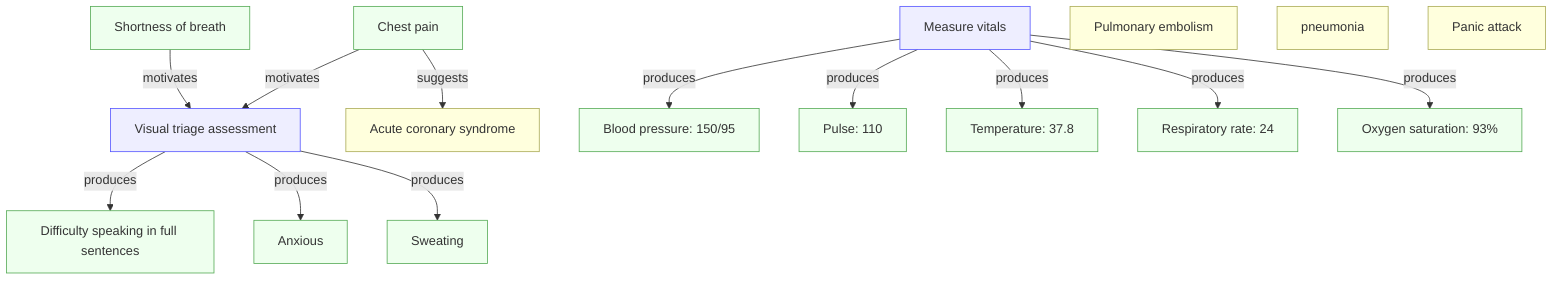
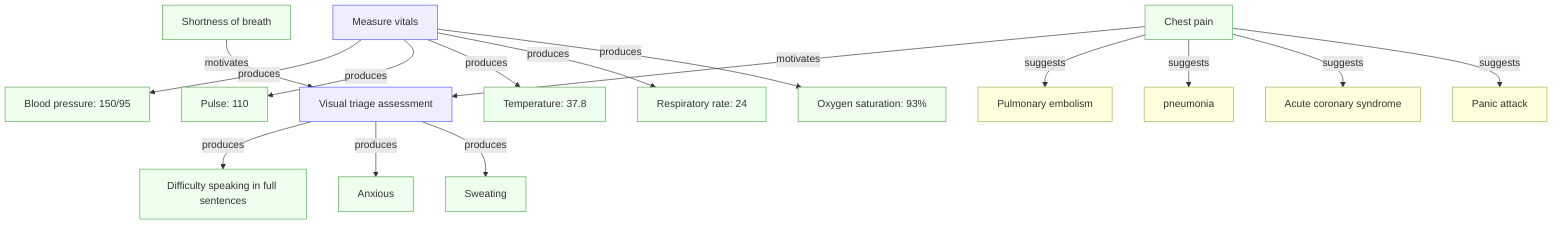
flowchart TD

  %% Initial observations
  O1["Chest pain"]
  O2["Shortness of breath"]

  %% Actions
  A1["Visual triage assessment"]
  A2["Measure vitals"]

  %% Visual triage observations (produced by A1)
  O6["Difficulty speaking in full sentences"]
  O7["Anxious"]
  O8["Sweating"]

  %% Vital sign observations (produced by A2)
  O3["Blood pressure: 150/95"]
  O4["Pulse: 110"]
  O5["Temperature: 37.8"]
  O9["Respiratory rate: 24"]
  O10["Oxygen saturation: 93%"]

  %% Hypotheses
  H1["Pulmonary embolism"]
  H2["pneumonia"]
  H3["Panic attack"]
  H4["Acute coronary syndrome"]

  %% Initial observations motivate actions
  O1 -->|motivates| A1
  O2 -->|motivates| A1

  %% Actions produce observations
  A1 -->|produces| O6
  A1 -->|produces| O7
  A1 -->|produces| O8

  A2 -->|produces| O3
  A2 -->|produces| O4
  A2 -->|produces| O5
  A2 -->|produces| O9
  A2 -->|produces| O10

  %% Observations suggest hypotheses
+   %% chest pain can suggest all of these things.
+   O1 -->|suggests| H1
+   O1 -->|suggests| H2
  O1 -->|suggests| H4
+   O1 -->|suggests| H3

  %% Observations against hypotheses


  classDef obs fill:#efe,stroke:#5a5
  classDef action fill:#eef,stroke:#55f
  classDef hyp fill:#ffd,stroke:#aa5

  class O1,O2,O3,O4,O5,O6,O7,O8,O9,O10 obs
  class A1,A2 action
  class H1,H2,H3,H4 hyp
